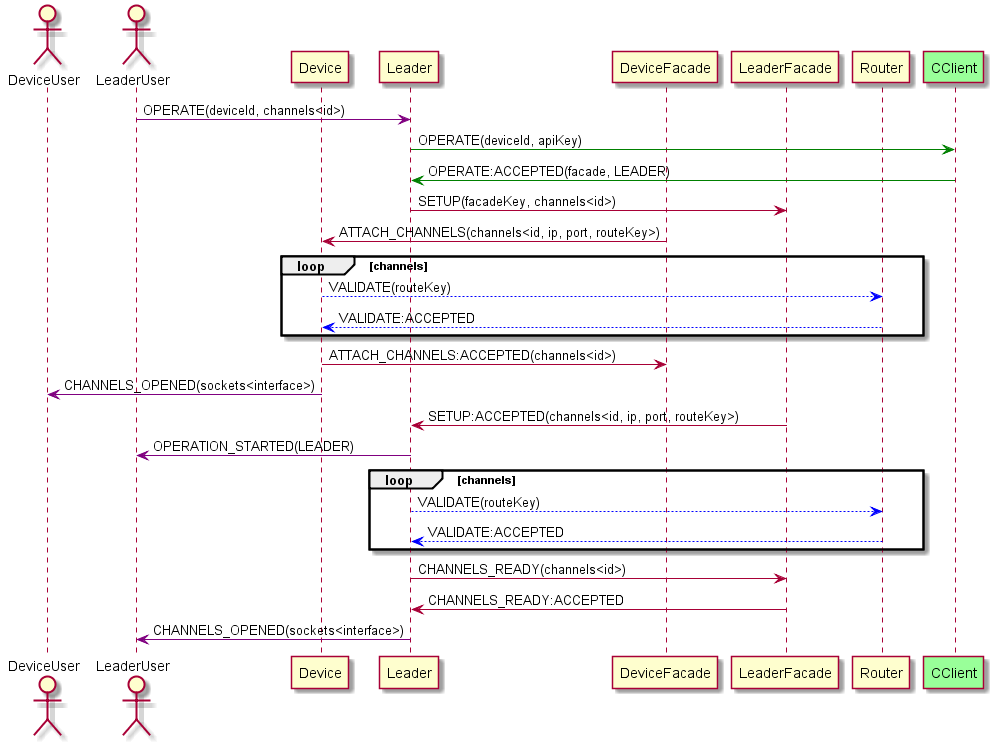
The PlantUML diagram doc/flows/3_leader_operate.png in nawbar23/fleetmgr, before a commit.
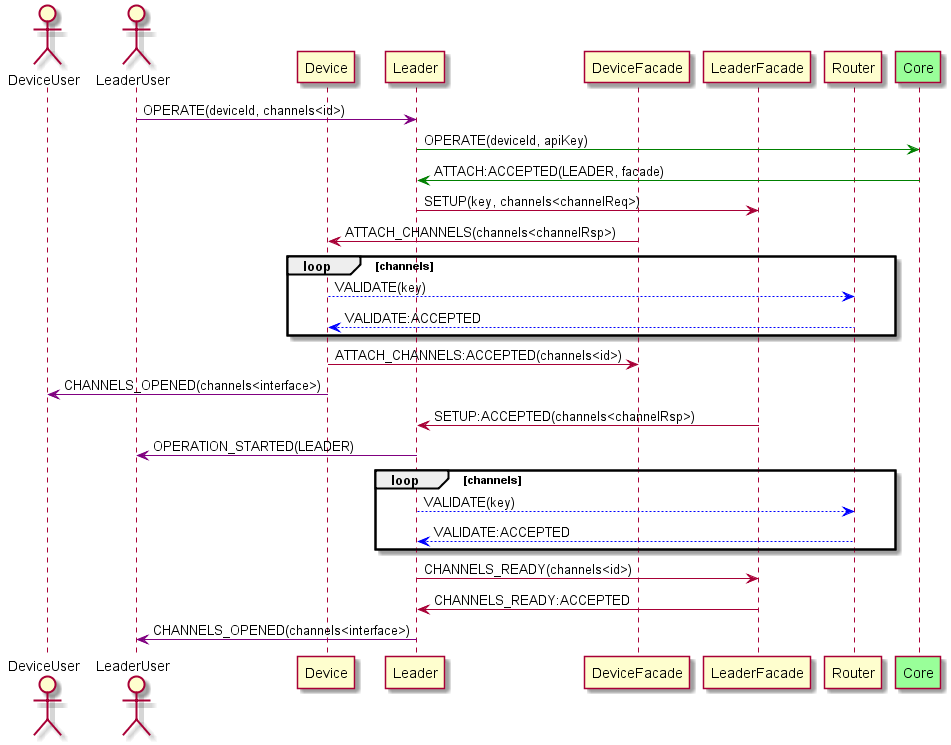
Above is the later version.

Diff of the diagram source:
```diff
@@ -7,11 +7,11 @@
 participant DeviceFacade
 participant LeaderFacade
 participant Router
-participant CClient #99FF99
+participant Core #99FF99
 
 LeaderUser -[#purple]> Leader: OPERATE(deviceId, channels<id>)
 
-Leader -[#green]> CClient: OPERATE(deviceId, apiKey)
+Leader -[#green]> Core: OPERATE(deviceId, apiKey)
 
 
 
@@ -22,34 +22,36 @@
 
 
 
-CClient -[#green]> Leader: OPERATE:ACCEPTED(facade, LEADER)
 
 
-Leader -> LeaderFacade: SETUP(facadeKey, channels<id>)
+Core -[#green]> Leader: ATTACH:ACCEPTED(LEADER, facade)
+
+
+Leader -> LeaderFacade: SETUP(key, channels<channelReq>)
 
 
 
 
-DeviceFacade -> Device: ATTACH_CHANNELS(channels<id, ip, port, routeKey>)
+DeviceFacade -> Device: ATTACH_CHANNELS(channels<channelRsp>)
 
 loop channels
-Device --[#blue]> Router: VALIDATE(routeKey)
+Device --[#blue]> Router: VALIDATE(key)
 Router --[#blue]> Device: VALIDATE:ACCEPTED
 end
 
 Device -> DeviceFacade: ATTACH_CHANNELS:ACCEPTED(channels<id>)
 
-Device -[#purple]> DeviceUser: CHANNELS_OPENED(sockets<interface>)
+Device -[#purple]> DeviceUser: CHANNELS_OPENED(channels<interface>)
 
 
 
 
-LeaderFacade -> Leader: SETUP:ACCEPTED(channels<id, ip, port, routeKey>)
+LeaderFacade -> Leader: SETUP:ACCEPTED(channels<channelRsp>)
 
 Leader -[#purple]> LeaderUser: OPERATION_STARTED(LEADER)
 
 loop channels
-Leader --[#blue]> Router: VALIDATE(routeKey)
+Leader --[#blue]> Router: VALIDATE(key)
 Router --[#blue]> Leader: VALIDATE:ACCEPTED
 end
 
@@ -61,6 +63,6 @@
 
 LeaderFacade -> Leader: CHANNELS_READY:ACCEPTED
 
-Leader -[#purple]> LeaderUser: CHANNELS_OPENED(sockets<interface>)
+Leader -[#purple]> LeaderUser: CHANNELS_OPENED(channels<interface>)
 
 @enduml
```
